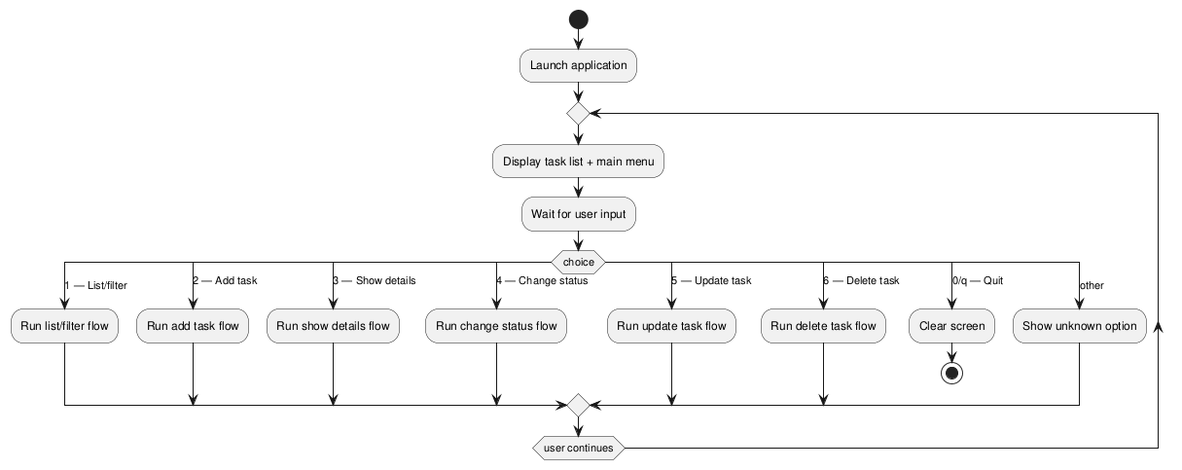
Before: experiments/pipeline/structured_text/TODO/artifacts/activity_diagram.png, a diagram exported from PlantUML (DanielRiha8906/Software_autoevolution_using_agents). The source it was exported from:
```plantuml
@startuml

start
:Launch application;

repeat
  :Display task list + main menu;
  :Wait for user input;

  switch (choice)
    case (1 — List/filter)
      :Run list/filter flow;
    case (2 — Add task)
      :Run add task flow;
    case (3 — Show details)
      :Run show details flow;
    case (4 — Change status)
      :Run change status flow;
    case (5 — Update task)
      :Run update task flow;
    case (6 — Delete task)
      :Run delete task flow;
    case (0/q — Quit)
      :Clear screen;
      stop
    case (other)
      :Show unknown option;
  endswitch

repeat while (user continues)

@enduml
```
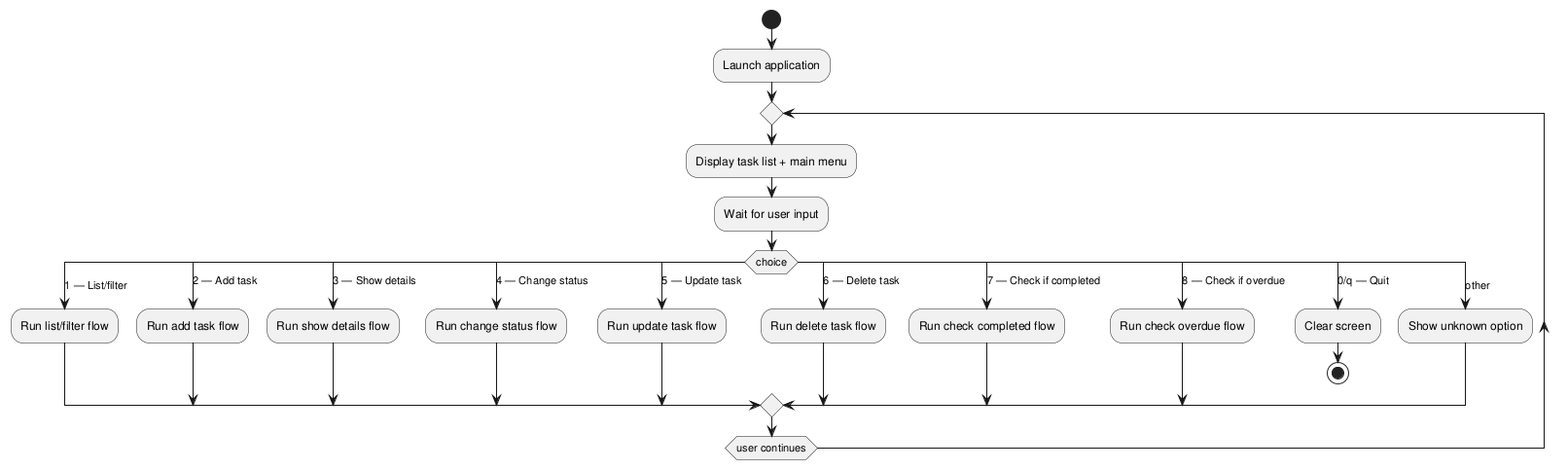
Above is the later version.

Change to the diagram source:
```diff
@@ -20,6 +20,10 @@
       :Run update task flow;
     case (6 — Delete task)
       :Run delete task flow;
+    case (7 — Check if completed)
+      :Run check completed flow;
+    case (8 — Check if overdue)
+      :Run check overdue flow;
     case (0/q — Quit)
       :Clear screen;
       stop
```
